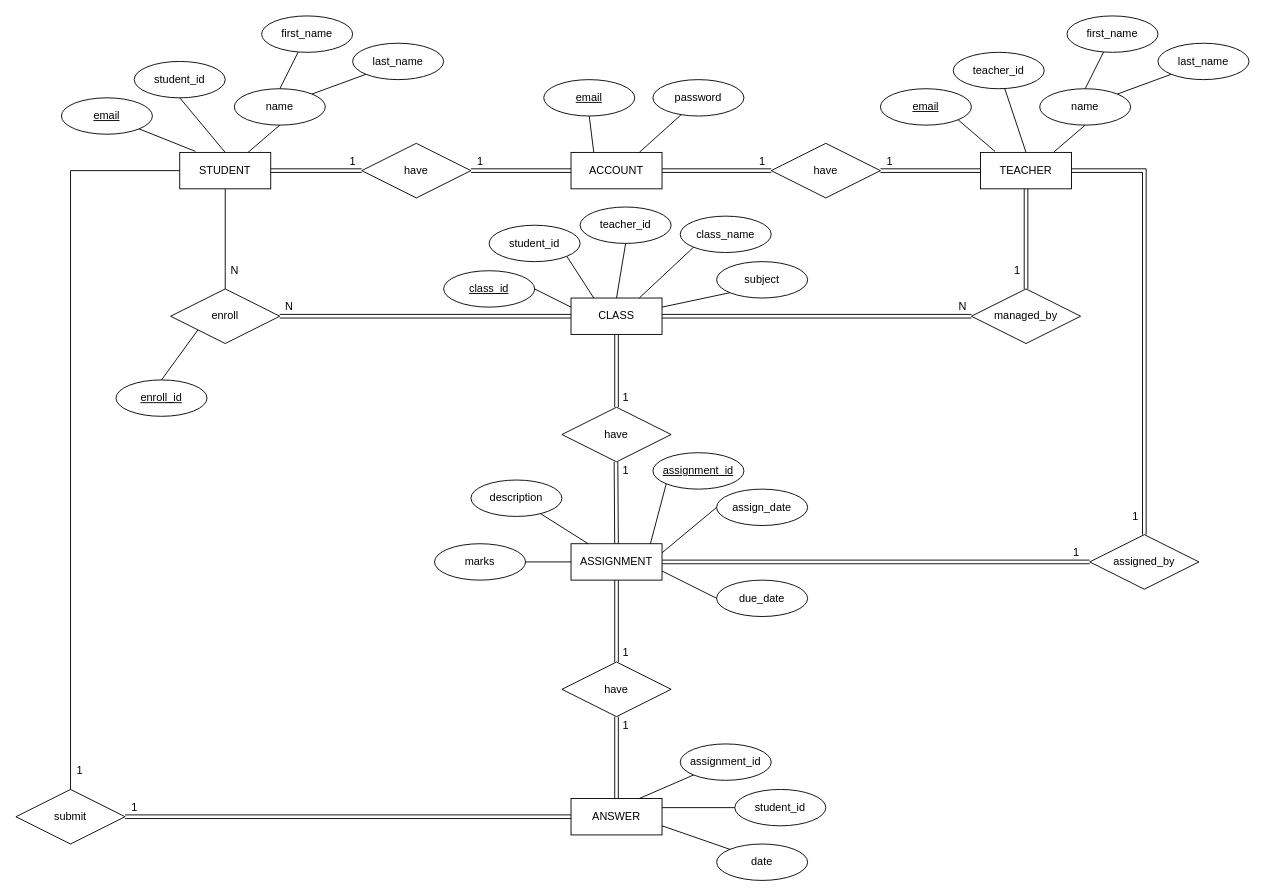
Earlier version of the draw.io diagram projectx_ERD_v4.1.drawio (anishrsharma/Temp1). Source tidied: cells renumbered, new cells numbered last; positions are measured from the earlier drawing's top-left corner, leaving out a move shared by most shapes. Both pictures are drawn from the tidied source at 91%, with x=0, y=0 at pixel (15, 15).
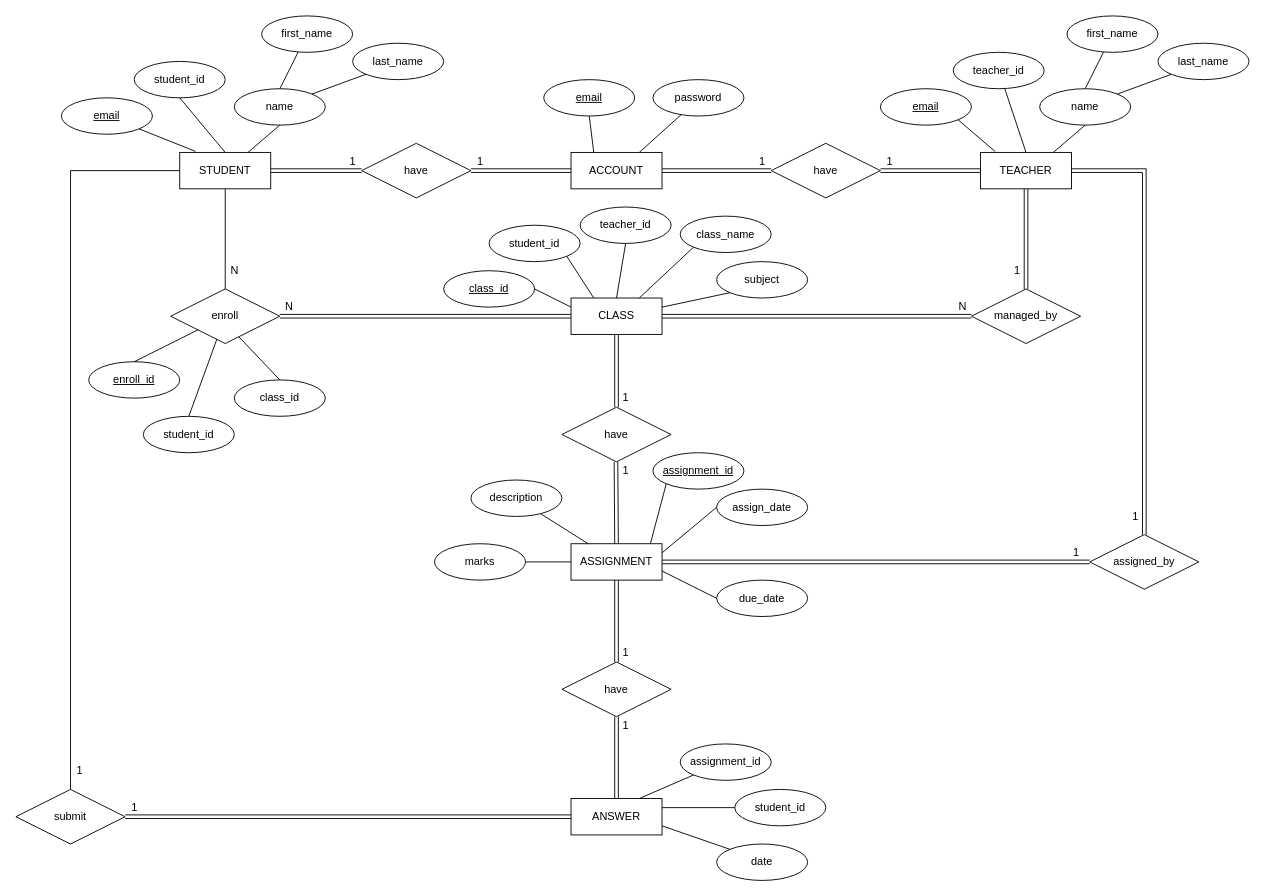
After the change.

The change refers to these unchanged cells:
```xml
<mxCell id="12" value="enroll" style="shape=rhombus;perimeter=rhombusPerimeter;whiteSpace=wrap;html=1;align=center;" parent="1" vertex="1">
  <mxGeometry x="170" y="300" width="120" height="60" as="geometry" />
</mxCell>
```

Diff of the diagram source:
```diff
@@
     <mxCell id="98" value="enroll_id" style="ellipse;whiteSpace=wrap;html=1;align=center;fontStyle=4;" parent="1" vertex="1">
-      <mxGeometry x="110" y="400" width="100" height="40" as="geometry" />
+      <mxGeometry x="80" y="380" width="100" height="40" as="geometry" />
     </mxCell>
@@
+    <mxCell id="100" value="class_id" style="ellipse;whiteSpace=wrap;html=1;align=center;" parent="1" vertex="1">
+      <mxGeometry x="240" y="400" width="100" height="40" as="geometry" />
+    </mxCell>
+    <mxCell id="101" value="student_id" style="ellipse;whiteSpace=wrap;html=1;align=center;" parent="1" vertex="1">
+      <mxGeometry x="140" y="440" width="100" height="40" as="geometry" />
+    </mxCell>
+    <mxCell id="102" style="endArrow=none;html=1;exitX=0.5;exitY=0;exitDx=0;exitDy=0;" parent="1" edge="1" source="101" target="12">
+      <mxGeometry relative="1" as="geometry" />
+    </mxCell>
+    <mxCell id="103" style="endArrow=none;html=1;exitX=0.5;exitY=0;exitDx=0;exitDy=0;entryX=0.627;entryY=0.881;entryDx=0;entryDy=0;entryPerimeter=0;" parent="1" edge="1" source="100" target="12">
+      <mxGeometry relative="1" as="geometry" />
+    </mxCell>
```
